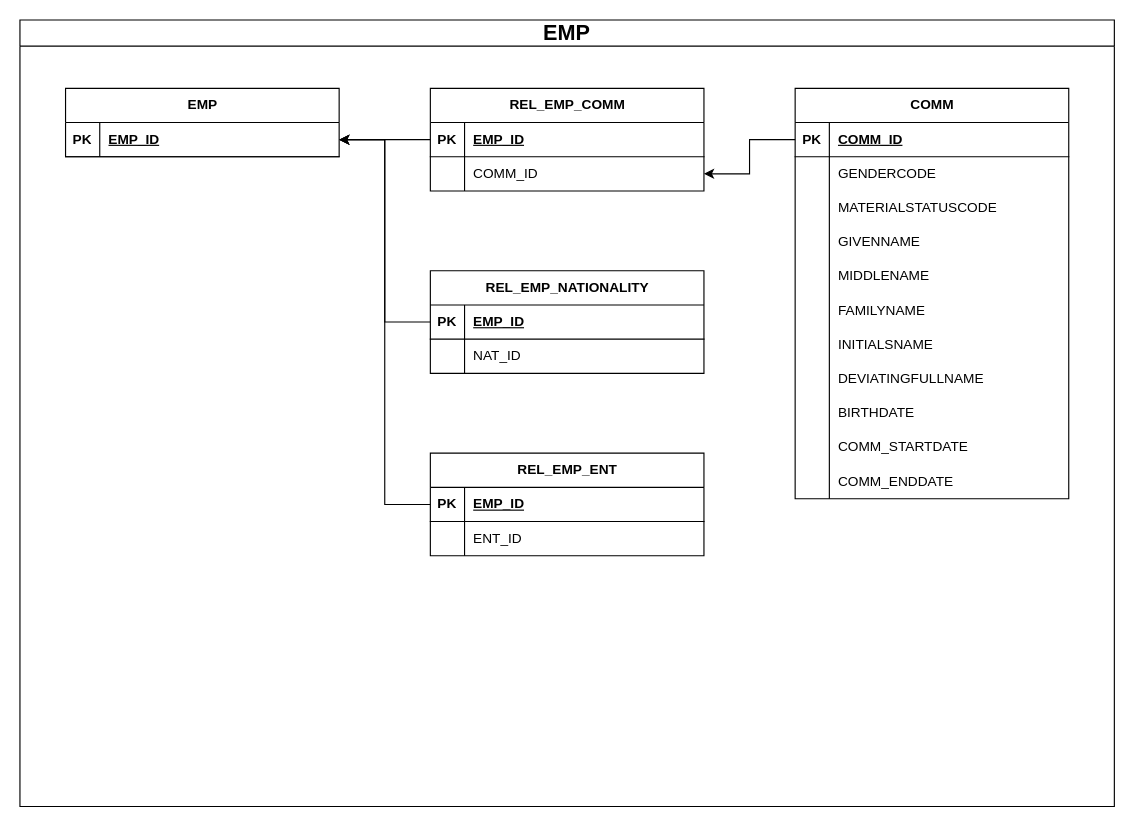
Before: page "DDS by EMP" (3 of 3) of HR_dataflow.drawio.xml in NEgorE/I1_CSC, a draw.io diagram. Source tidied: cells renumbered, new cells numbered last; positions are measured from the earlier drawing's top-left corner, leaving out a move shared by most shapes. Both pictures are drawn from the tidied source at 114%, with x=0, y=0 at pixel (19, 19).
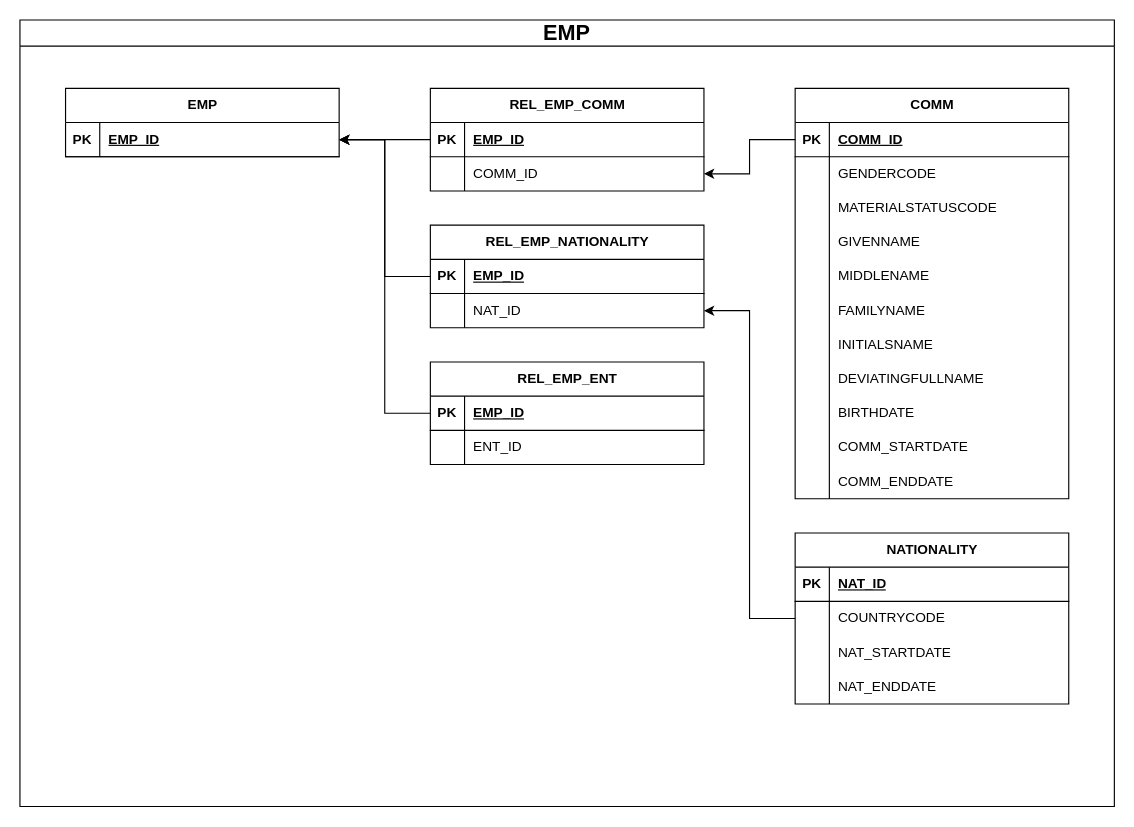
The same page after the edit.

Unchanged cells that the change refers to:
```xml
<mxCell id="2" value="EMP" style="swimlane;whiteSpace=wrap;html=1;fontSize=19;" parent="1" vertex="1">
  <mxGeometry width="960" height="690" as="geometry" />
</mxCell>
<mxCell id="53" style="shape=tableRow;horizontal=0;startSize=0;swimlaneHead=0;swimlaneBody=0;fillColor=none;points=[[0,0.5],[1,0.5]];portConstraint=eastwest;top=0;left=0;right=0;bottom=0;" parent="49" vertex="1">
  <mxGeometry y="60" width="240" height="30" as="geometry" />
</mxCell>
```

Diff of the diagram source:
```diff
@@
     <mxCell id="49" value="REL_EMP_NATIONALITY" style="shape=table;startSize=30;childLayout=tableLayout;rowLines=0;fontStyle=1;align=center;html=1;" parent="2" vertex="1">
-      <mxGeometry x="360" y="220" width="240" height="90" as="geometry" />
+      <mxGeometry x="360" y="180" width="240" height="90" as="geometry" />
     </mxCell>
@@
     <mxCell id="57" value="REL_EMP_ENT" style="shape=table;startSize=30;childLayout=tableLayout;rowLines=0;fontStyle=1;align=center;html=1;" parent="2" vertex="1">
-      <mxGeometry x="360" y="380" width="240" height="90" as="geometry" />
+      <mxGeometry x="360" y="300" width="240" height="90" as="geometry" />
     </mxCell>
@@
+    <mxCell id="66" value="NATIONALITY" style="shape=table;startSize=30;childLayout=tableLayout;rowLines=0;fontStyle=1;align=center;html=1;" parent="2" vertex="1">
+      <mxGeometry x="680" y="450" width="240" height="150" as="geometry" />
+    </mxCell>
+    <mxCell id="67" style="shape=tableRow;horizontal=0;startSize=0;swimlaneHead=0;swimlaneBody=0;fillColor=none;top=0;left=0;right=0;bottom=1;" parent="66" vertex="1">
+      <mxGeometry y="30" width="240" height="30" as="geometry" />
+    </mxCell>
+    <mxCell id="68" value="PK" style="shape=partialRectangle;fillColor=none;top=0;left=0;bottom=0;right=0;fontStyle=1;overflow=hidden;whiteSpace=wrap;html=1;" parent="67" vertex="1">
+      <mxGeometry width="30" height="30" as="geometry" />
+    </mxCell>
+    <mxCell id="69" value="NAT_ID" style="shape=partialRectangle;fillColor=none;top=0;left=0;bottom=0;right=0;align=left;spacingLeft=6;fontStyle=5;overflow=hidden;whiteSpace=wrap;html=1;" parent="67" vertex="1">
+      <mxGeometry x="30" width="210" height="30" as="geometry" />
+    </mxCell>
+    <mxCell id="70" style="shape=tableRow;horizontal=0;startSize=0;swimlaneHead=0;swimlaneBody=0;fillColor=none;points=[[0,0.5],[1,0.5]];portConstraint=eastwest;top=0;left=0;right=0;bottom=0;" parent="66" vertex="1">
+      <mxGeometry y="60" width="240" height="30" as="geometry" />
+    </mxCell>
+    <mxCell id="71" style="shape=partialRectangle;fillColor=none;top=0;left=0;bottom=0;right=0;overflow=hidden;whiteSpace=wrap;html=1;" parent="70" vertex="1">
+      <mxGeometry width="30" height="30" as="geometry" />
+    </mxCell>
+    <mxCell id="72" value="COUNTRYCODE" style="shape=partialRectangle;fillColor=none;top=0;left=0;bottom=0;right=0;align=left;spacingLeft=6;overflow=hidden;whiteSpace=wrap;html=1;" parent="70" vertex="1">
+      <mxGeometry x="30" width="210" height="30" as="geometry" />
+    </mxCell>
+    <mxCell id="73" style="shape=tableRow;horizontal=0;startSize=0;swimlaneHead=0;swimlaneBody=0;fillColor=none;top=0;left=0;right=0;bottom=0;" parent="66" vertex="1">
+      <mxGeometry y="90" width="240" height="30" as="geometry" />
+    </mxCell>
+    <mxCell id="74" style="shape=partialRectangle;fillColor=none;top=0;left=0;bottom=0;right=0;overflow=hidden;whiteSpace=wrap;html=1;" parent="73" vertex="1">
+      <mxGeometry width="30" height="30" as="geometry" />
+    </mxCell>
+    <mxCell id="75" value="NAT_STARTDATE" style="shape=partialRectangle;fillColor=none;top=0;left=0;bottom=0;right=0;align=left;spacingLeft=6;overflow=hidden;whiteSpace=wrap;html=1;" parent="73" vertex="1">
+      <mxGeometry x="30" width="210" height="30" as="geometry" />
+    </mxCell>
+    <mxCell id="76" style="shape=tableRow;horizontal=0;startSize=0;swimlaneHead=0;swimlaneBody=0;fillColor=none;top=0;left=0;right=0;bottom=0;" parent="66" vertex="1">
+      <mxGeometry y="120" width="240" height="30" as="geometry" />
+    </mxCell>
+    <mxCell id="77" style="shape=partialRectangle;fillColor=none;top=0;left=0;bottom=0;right=0;overflow=hidden;whiteSpace=wrap;html=1;" parent="76" vertex="1">
+      <mxGeometry width="30" height="30" as="geometry" />
+    </mxCell>
+    <mxCell id="78" value="NAT_ENDDATE" style="shape=partialRectangle;fillColor=none;top=0;left=0;bottom=0;right=0;align=left;spacingLeft=6;overflow=hidden;whiteSpace=wrap;html=1;" parent="76" vertex="1">
+      <mxGeometry x="30" width="210" height="30" as="geometry" />
+    </mxCell>
+    <mxCell id="79" style="edgeStyle=orthogonalEdgeStyle;rounded=0;jettySize=auto;html=1;entryX=1;entryY=0.5;entryDx=0;entryDy=0;" parent="2" edge="1" source="70" target="53">
+      <mxGeometry relative="1" as="geometry" />
+    </mxCell>
```
